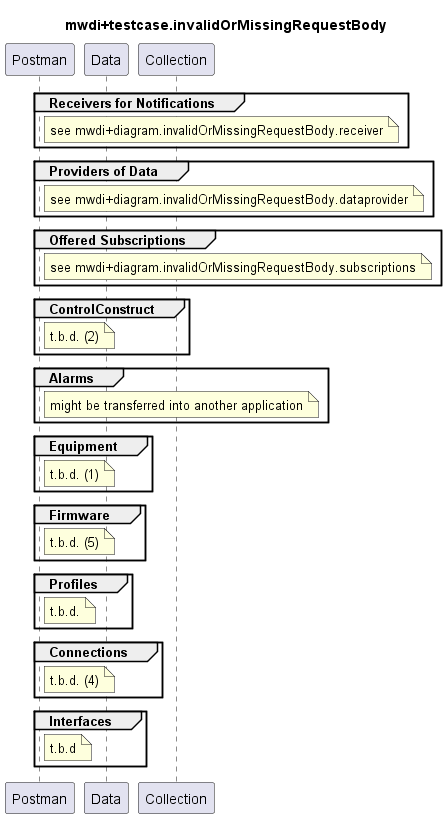
openBackhaul/MicroWaveDeviceInventory keeps this PlantUML diagram as testing/2_functional/invalidOrMissingRequestBody/mwdi+diagram.invalidOrMissingRequestBody.png. Above is the earlier version.
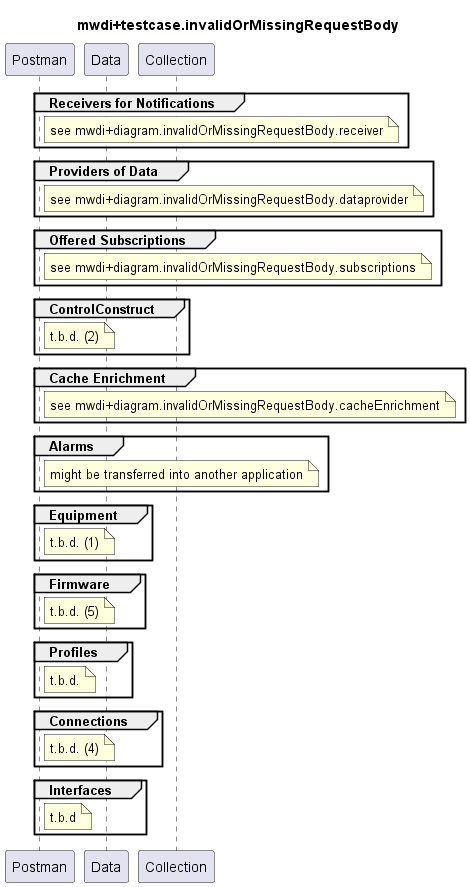
Above is the later version.

Commit message:
Create/update testcase collection(s) for testing enrichment ressource paths for link and linkport Fixes #1139

The edit, as a diff of the source:
```diff
@@ -30,6 +30,12 @@
 group ControlConstruct
   note right Postman
     t.b.d. (2)
+  end note
+end
+
+group Cache Enrichment
+  note right Postman
+    see mwdi+diagram.invalidOrMissingRequestBody.cacheEnrichment
   end note
 end
 
```
